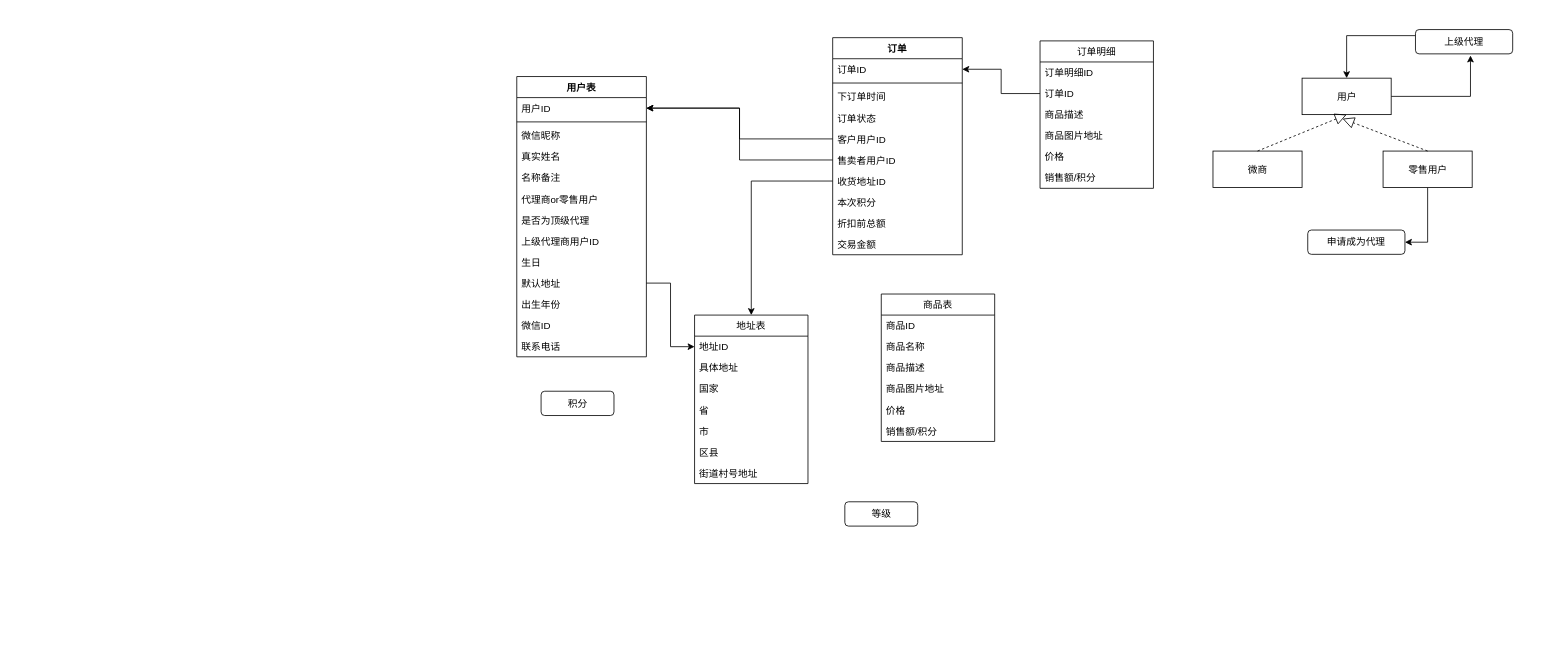
The draw.io diagram 微商销售管理-小程序云.drawio in JefferNew/data2wisdom, before the edit. Source tidied: cells renumbered, new cells numbered last; positions are measured from the earlier drawing's top-left corner, leaving out a move shared by most shapes. Both pictures are drawn from the tidied source at 81%, with x=0, y=0 at pixel (516, 29).
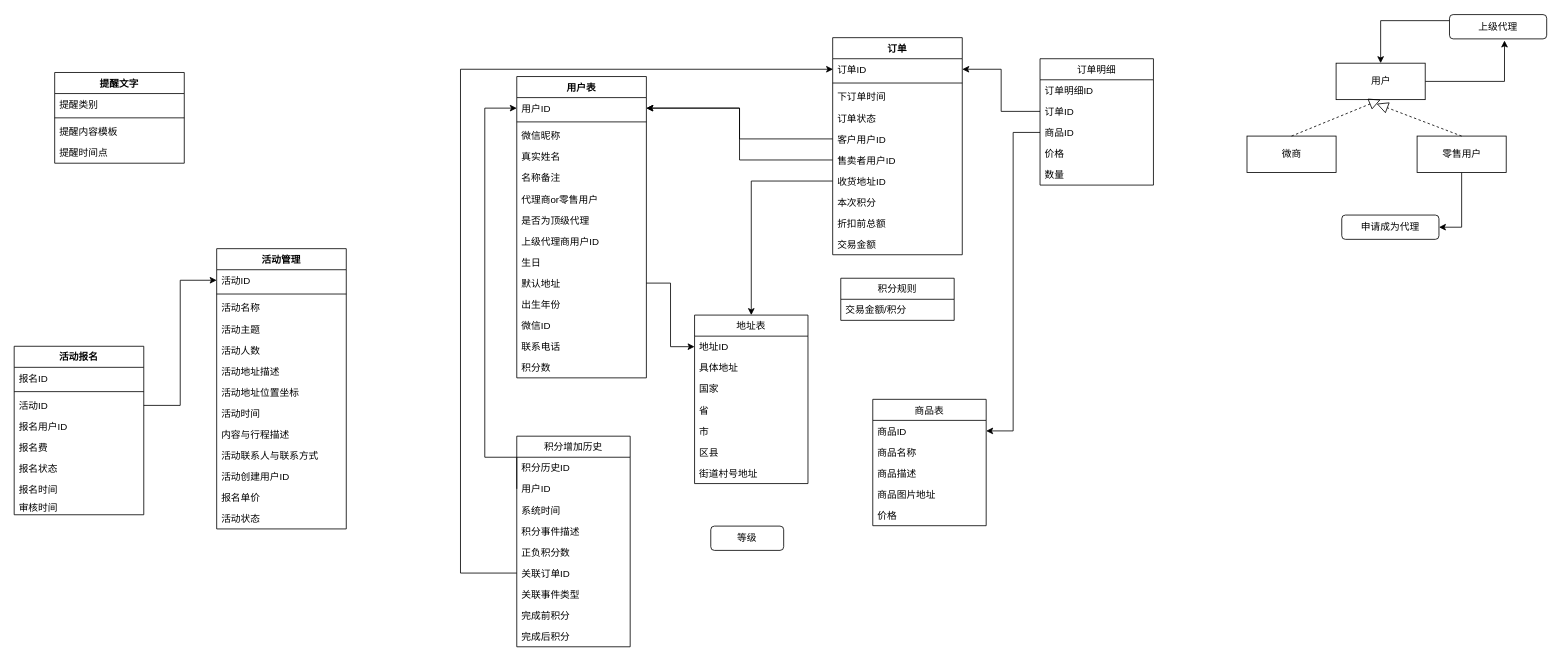
Above is the later version.

Commit message (it also covers changes not shown here):
Update 微商销售管理-小程序云.drawio

The change refers to these unchanged cells:
```xml
<mxCell id="15" value="用户ID" style="text;strokeColor=none;fillColor=none;align=left;verticalAlign=top;spacingLeft=4;spacingRight=4;overflow=hidden;points=[[0,0.5],[1,0.5]];portConstraint=eastwest;" parent="14" vertex="1">
  <mxGeometry y="26" width="160" height="26" as="geometry" />
</mxCell>
<mxCell id="38" value="商品ID" style="text;strokeColor=none;fillColor=none;align=left;verticalAlign=top;spacingLeft=4;spacingRight=4;overflow=hidden;points=[[0,0.5],[1,0.5]];portConstraint=eastwest;" parent="37" vertex="1">
  <mxGeometry y="26" width="140" height="26" as="geometry" />
</mxCell>
```

Diff of the diagram source:
```diff
@@
     <mxCell id="3" value="用户" style="html=1;" parent="1" vertex="1">
-      <mxGeometry x="970" y="60" width="110" height="45" as="geometry" />
+      <mxGeometry x="1012" y="41.5" width="110" height="45" as="geometry" />
     </mxCell>
     <mxCell id="4" value="微商" style="html=1;" parent="1" vertex="1">
-      <mxGeometry x="860" y="150" width="110" height="45" as="geometry" />
+      <mxGeometry x="902" y="131.5" width="110" height="45" as="geometry" />
     </mxCell>
@@
     <mxCell id="6" value="零售用户" style="html=1;" parent="1" vertex="1">
-      <mxGeometry x="1070" y="150" width="110" height="45" as="geometry" />
+      <mxGeometry x="1112" y="131.5" width="110" height="45" as="geometry" />
     </mxCell>
@@
     <mxCell id="8" value="上级代理" style="rounded=1;whiteSpace=wrap;html=1;" parent="1" vertex="1">
-      <mxGeometry x="1110" width="120" height="30" as="geometry" />
+      <mxGeometry x="1152" y="-18.5" width="120" height="30" as="geometry" />
     </mxCell>
@@
     <mxCell id="10" style="endArrow=block;dashed=1;endFill=0;endSize=12;html=1;exitX=0.5;exitY=0;exitDx=0;exitDy=0;" parent="1" edge="1" source="6">
       <mxGeometry relative="1" as="geometry">
-        <mxPoint x="1020" y="110" as="targetPoint" />
+        <mxPoint x="1062" y="91.5" as="targetPoint" />
       </mxGeometry>
     </mxCell>
-    <mxCell id="11" value="积分" style="rounded=1;whiteSpace=wrap;html=1;" parent="1" vertex="1">
-      <mxGeometry x="30.5" y="446.5" width="90" height="30" as="geometry" />
-    </mxCell>
     <mxCell id="12" value="等级" style="rounded=1;whiteSpace=wrap;html=1;" parent="1" vertex="1">
-      <mxGeometry x="405.5" y="583" width="90" height="30" as="geometry" />
+      <mxGeometry x="240" y="613" width="90" height="30" as="geometry" />
     </mxCell>
     <mxCell id="13" value="申请成为代理" style="rounded=1;whiteSpace=wrap;html=1;" parent="1" vertex="1">
-      <mxGeometry x="977" y="247.5" width="120" height="30" as="geometry" />
+      <mxGeometry x="1019" y="229" width="120" height="30" as="geometry" />
     </mxCell>
     <mxCell id="14" value="用户表" style="swimlane;fontStyle=1;align=center;verticalAlign=top;horizontal=1;startSize=26;" parent="1" vertex="1">
-      <mxGeometry x="0.5" y="58" width="160" height="346" as="geometry" />
+      <mxGeometry x="0.5" y="58" width="160" height="372" as="geometry" />
     </mxCell>
@@
+    <mxCell id="66" value="积分数" style="text;strokeColor=none;fillColor=none;align=left;verticalAlign=top;spacingLeft=4;spacingRight=4;overflow=hidden;" parent="14" vertex="1">
+      <mxGeometry y="346" width="160" height="26" as="geometry" />
+    </mxCell>
@@
     <mxCell id="37" value="商品表" style="swimlane;fontStyle=0;horizontal=1;startSize=26;fillColor=none;" parent="1" vertex="1">
-      <mxGeometry x="450.5" y="326.5" width="140" height="182" as="geometry" />
+      <mxGeometry x="440" y="456.5" width="140" height="156" as="geometry" />
     </mxCell>
@@
-    <mxCell id="43" value="销售额/积分" style="text;strokeColor=none;fillColor=none;align=left;verticalAlign=top;spacingLeft=4;spacingRight=4;overflow=hidden;" parent="37" vertex="1">
-      <mxGeometry y="156" width="140" height="26" as="geometry" />
-    </mxCell>
@@
     <mxCell id="57" value="订单明细" style="swimlane;fontStyle=0;horizontal=1;startSize=26;fillColor=none;" parent="1" vertex="1">
-      <mxGeometry x="646.5" y="14" width="140" height="182" as="geometry" />
+      <mxGeometry x="646.5" y="36" width="140" height="156" as="geometry" />
     </mxCell>
@@
-    <mxCell id="60" value="商品描述" style="text;strokeColor=none;fillColor=none;align=left;verticalAlign=top;spacingLeft=4;spacingRight=4;overflow=hidden;points=[[0,0.5],[1,0.5]];portConstraint=eastwest;" parent="57" vertex="1">
+    <mxCell id="60" value="商品ID" style="text;strokeColor=none;fillColor=none;align=left;verticalAlign=top;spacingLeft=4;spacingRight=4;overflow=hidden;points=[[0,0.5],[1,0.5]];portConstraint=eastwest;" parent="57" vertex="1">
       <mxGeometry y="78" width="140" height="26" as="geometry" />
     </mxCell>
-    <mxCell id="61" value="商品图片地址" style="text;strokeColor=none;fillColor=none;align=left;verticalAlign=top;spacingLeft=4;spacingRight=4;overflow=hidden;" parent="57" vertex="1">
-      <mxGeometry y="104" width="140" height="26" as="geometry" />
-    </mxCell>
     <mxCell id="62" value="价格" style="text;strokeColor=none;fillColor=none;align=left;verticalAlign=top;spacingLeft=4;spacingRight=4;overflow=hidden;" parent="57" vertex="1">
-      <mxGeometry y="130" width="140" height="26" as="geometry" />
+      <mxGeometry y="104" width="140" height="26" as="geometry" />
     </mxCell>
-    <mxCell id="63" value="销售额/积分" style="text;strokeColor=none;fillColor=none;align=left;verticalAlign=top;spacingLeft=4;spacingRight=4;overflow=hidden;" parent="57" vertex="1">
-      <mxGeometry y="156" width="140" height="26" as="geometry" />
-    </mxCell>
+    <mxCell id="67" value="数量" style="text;strokeColor=none;fillColor=none;align=left;verticalAlign=top;spacingLeft=4;spacingRight=4;overflow=hidden;" parent="57" vertex="1">
+      <mxGeometry y="130" width="140" height="26" as="geometry" />
+    </mxCell>
@@
+    <mxCell id="68" value="积分规则" style="swimlane;fontStyle=0;horizontal=1;startSize=26;fillColor=none;" parent="1" vertex="1">
+      <mxGeometry x="400.5" y="307" width="140" height="52" as="geometry" />
+    </mxCell>
+    <mxCell id="69" value="交易金额/积分" style="text;strokeColor=none;fillColor=none;align=left;verticalAlign=top;spacingLeft=4;spacingRight=4;overflow=hidden;" parent="68" vertex="1">
+      <mxGeometry y="26" width="140" height="26" as="geometry" />
+    </mxCell>
+    <mxCell id="70" value="积分增加历史" style="swimlane;fontStyle=0;horizontal=1;startSize=26;fillColor=none;" parent="1" vertex="1">
+      <mxGeometry x="0.5" y="502" width="140" height="260" as="geometry" />
+    </mxCell>
+    <mxCell id="71" value="积分历史ID" style="text;strokeColor=none;fillColor=none;align=left;verticalAlign=top;spacingLeft=4;spacingRight=4;overflow=hidden;" parent="70" vertex="1">
+      <mxGeometry y="26" width="140" height="26" as="geometry" />
+    </mxCell>
+    <mxCell id="72" value="用户ID" style="text;strokeColor=none;fillColor=none;align=left;verticalAlign=top;spacingLeft=4;spacingRight=4;overflow=hidden;points=[[0,0.5],[1,0.5]];portConstraint=eastwest;" parent="70" vertex="1">
+      <mxGeometry y="52" width="140" height="26" as="geometry" />
+    </mxCell>
+    <mxCell id="73" value="系统时间" style="text;strokeColor=none;fillColor=none;align=left;verticalAlign=top;spacingLeft=4;spacingRight=4;overflow=hidden;" parent="70" vertex="1">
+      <mxGeometry y="78" width="140" height="26" as="geometry" />
+    </mxCell>
+    <mxCell id="74" value="积分事件描述" style="text;strokeColor=none;fillColor=none;align=left;verticalAlign=top;spacingLeft=4;spacingRight=4;overflow=hidden;" parent="70" vertex="1">
+      <mxGeometry y="104" width="140" height="26" as="geometry" />
+    </mxCell>
+    <mxCell id="75" value="正负积分数" style="text;strokeColor=none;fillColor=none;align=left;verticalAlign=top;spacingLeft=4;spacingRight=4;overflow=hidden;" parent="70" vertex="1">
+      <mxGeometry y="130" width="140" height="26" as="geometry" />
+    </mxCell>
+    <mxCell id="76" value="关联订单ID" style="text;strokeColor=none;fillColor=none;align=left;verticalAlign=top;spacingLeft=4;spacingRight=4;overflow=hidden;points=[[0,0.5],[1,0.5]];portConstraint=eastwest;" parent="70" vertex="1">
+      <mxGeometry y="156" width="140" height="26" as="geometry" />
+    </mxCell>
+    <mxCell id="77" value="关联事件类型" style="text;strokeColor=none;fillColor=none;align=left;verticalAlign=top;spacingLeft=4;spacingRight=4;overflow=hidden;" parent="70" vertex="1">
+      <mxGeometry y="182" width="140" height="26" as="geometry" />
+    </mxCell>
+    <mxCell id="78" value="完成前积分" style="text;strokeColor=none;fillColor=none;align=left;verticalAlign=top;spacingLeft=4;spacingRight=4;overflow=hidden;" parent="70" vertex="1">
+      <mxGeometry y="208" width="140" height="26" as="geometry" />
+    </mxCell>
+    <mxCell id="79" value="完成后积分" style="text;strokeColor=none;fillColor=none;align=left;verticalAlign=top;spacingLeft=4;spacingRight=4;overflow=hidden;" parent="70" vertex="1">
+      <mxGeometry y="234" width="140" height="26" as="geometry" />
+    </mxCell>
+    <mxCell id="80" style="edgeStyle=orthogonalEdgeStyle;rounded=0;jettySize=auto;html=1;exitX=0;exitY=0.5;exitDx=0;exitDy=0;entryX=0;entryY=0.5;entryDx=0;entryDy=0;" parent="1" edge="1" source="72" target="15">
+      <mxGeometry relative="1" as="geometry">
+        <Array as="points">
+          <mxPoint x="-39" y="528" />
+          <mxPoint x="-39" y="97" />
+        </Array>
+      </mxGeometry>
+    </mxCell>
+    <mxCell id="81" style="edgeStyle=orthogonalEdgeStyle;rounded=0;jettySize=auto;html=1;exitX=0;exitY=0.5;exitDx=0;exitDy=0;" parent="1" edge="1" source="76">
+      <mxGeometry relative="1" as="geometry">
+        <mxPoint x="391" y="49" as="targetPoint" />
+        <Array as="points">
+          <mxPoint x="-69" y="671" />
+          <mxPoint x="-69" y="49" />
+        </Array>
+      </mxGeometry>
+    </mxCell>
+    <mxCell id="82" style="edgeStyle=orthogonalEdgeStyle;rounded=0;jettySize=auto;html=1;exitX=0;exitY=0.5;exitDx=0;exitDy=0;entryX=1;entryY=0.5;entryDx=0;entryDy=0;" parent="1" edge="1" source="60" target="38">
+      <mxGeometry relative="1" as="geometry" />
+    </mxCell>
+    <mxCell id="83" value="活动管理" style="swimlane;fontStyle=1;align=center;verticalAlign=top;horizontal=1;startSize=26;" parent="1" vertex="1">
+      <mxGeometry x="-370" y="270.5" width="160" height="346" as="geometry" />
+    </mxCell>
+    <mxCell id="84" value="活动ID" style="text;strokeColor=none;fillColor=none;align=left;verticalAlign=top;spacingLeft=4;spacingRight=4;overflow=hidden;points=[[0,0.5],[1,0.5]];portConstraint=eastwest;" parent="83" vertex="1">
+      <mxGeometry y="26" width="160" height="26" as="geometry" />
+    </mxCell>
+    <mxCell id="85" style="line;strokeWidth=1;fillColor=none;align=left;verticalAlign=middle;spacingTop=-1;spacingLeft=3;spacingRight=3;labelPosition=right;" parent="83" vertex="1">
+      <mxGeometry y="52" width="160" height="8" as="geometry" />
+    </mxCell>
+    <mxCell id="86" value="活动名称" style="text;strokeColor=none;fillColor=none;align=left;verticalAlign=top;spacingLeft=4;spacingRight=4;overflow=hidden;" parent="83" vertex="1">
+      <mxGeometry y="60" width="160" height="26" as="geometry" />
+    </mxCell>
+    <mxCell id="87" value="活动主题" style="text;strokeColor=none;fillColor=none;align=left;verticalAlign=top;spacingLeft=4;spacingRight=4;overflow=hidden;" parent="83" vertex="1">
+      <mxGeometry y="86" width="160" height="26" as="geometry" />
+    </mxCell>
+    <mxCell id="88" value="活动人数" style="text;strokeColor=none;fillColor=none;align=left;verticalAlign=top;spacingLeft=4;spacingRight=4;overflow=hidden;" parent="83" vertex="1">
+      <mxGeometry y="112" width="160" height="26" as="geometry" />
+    </mxCell>
+    <mxCell id="89" value="活动地址描述" style="text;strokeColor=none;fillColor=none;align=left;verticalAlign=top;spacingLeft=4;spacingRight=4;overflow=hidden;" parent="83" vertex="1">
+      <mxGeometry y="138" width="160" height="26" as="geometry" />
+    </mxCell>
+    <mxCell id="90" value="活动地址位置坐标" style="text;strokeColor=none;fillColor=none;align=left;verticalAlign=top;spacingLeft=4;spacingRight=4;overflow=hidden;" parent="83" vertex="1">
+      <mxGeometry y="164" width="160" height="26" as="geometry" />
+    </mxCell>
+    <mxCell id="91" value="活动时间" style="text;strokeColor=none;fillColor=none;align=left;verticalAlign=top;spacingLeft=4;spacingRight=4;overflow=hidden;" parent="83" vertex="1">
+      <mxGeometry y="190" width="160" height="26" as="geometry" />
+    </mxCell>
+    <mxCell id="92" value="内容与行程描述" style="text;strokeColor=none;fillColor=none;align=left;verticalAlign=top;spacingLeft=4;spacingRight=4;overflow=hidden;" parent="83" vertex="1">
+      <mxGeometry y="216" width="160" height="26" as="geometry" />
+    </mxCell>
+    <mxCell id="93" value="活动联系人与联系方式" style="text;strokeColor=none;fillColor=none;align=left;verticalAlign=top;spacingLeft=4;spacingRight=4;overflow=hidden;" parent="83" vertex="1">
+      <mxGeometry y="242" width="160" height="26" as="geometry" />
+    </mxCell>
+    <mxCell id="94" value="活动创建用户ID" style="text;strokeColor=none;fillColor=none;align=left;verticalAlign=top;spacingLeft=4;spacingRight=4;overflow=hidden;" parent="83" vertex="1">
+      <mxGeometry y="268" width="160" height="26" as="geometry" />
+    </mxCell>
+    <mxCell id="95" value="报名单价" style="text;strokeColor=none;fillColor=none;align=left;verticalAlign=top;spacingLeft=4;spacingRight=4;overflow=hidden;" parent="83" vertex="1">
+      <mxGeometry y="294" width="160" height="26" as="geometry" />
+    </mxCell>
+    <mxCell id="96" value="活动状态" style="text;strokeColor=none;fillColor=none;align=left;verticalAlign=top;spacingLeft=4;spacingRight=4;overflow=hidden;" parent="83" vertex="1">
+      <mxGeometry y="320" width="160" height="26" as="geometry" />
+    </mxCell>
+    <mxCell id="97" value="活动报名" style="swimlane;fontStyle=1;align=center;verticalAlign=top;horizontal=1;startSize=26;" parent="1" vertex="1">
+      <mxGeometry x="-620" y="391" width="160" height="208" as="geometry" />
+    </mxCell>
+    <mxCell id="98" value="报名ID" style="text;strokeColor=none;fillColor=none;align=left;verticalAlign=top;spacingLeft=4;spacingRight=4;overflow=hidden;" parent="97" vertex="1">
+      <mxGeometry y="26" width="160" height="26" as="geometry" />
+    </mxCell>
+    <mxCell id="99" style="line;strokeWidth=1;fillColor=none;align=left;verticalAlign=middle;spacingTop=-1;spacingLeft=3;spacingRight=3;labelPosition=right;" parent="97" vertex="1">
+      <mxGeometry y="52" width="160" height="8" as="geometry" />
+    </mxCell>
+    <mxCell id="100" value="活动ID" style="text;strokeColor=none;fillColor=none;align=left;verticalAlign=top;spacingLeft=4;spacingRight=4;overflow=hidden;points=[[0,0.5],[1,0.5]];portConstraint=eastwest;" parent="97" vertex="1">
+      <mxGeometry y="60" width="160" height="26" as="geometry" />
+    </mxCell>
+    <mxCell id="101" value="报名用户ID" style="text;strokeColor=none;fillColor=none;align=left;verticalAlign=top;spacingLeft=4;spacingRight=4;overflow=hidden;" parent="97" vertex="1">
+      <mxGeometry y="86" width="160" height="26" as="geometry" />
+    </mxCell>
+    <mxCell id="102" value="报名费" style="text;strokeColor=none;fillColor=none;align=left;verticalAlign=top;spacingLeft=4;spacingRight=4;overflow=hidden;" parent="97" vertex="1">
+      <mxGeometry y="112" width="160" height="26" as="geometry" />
+    </mxCell>
+    <mxCell id="103" value="报名状态" style="text;strokeColor=none;fillColor=none;align=left;verticalAlign=top;spacingLeft=4;spacingRight=4;overflow=hidden;" parent="97" vertex="1">
+      <mxGeometry y="138" width="160" height="26" as="geometry" />
+    </mxCell>
+    <mxCell id="104" value="报名时间" style="text;strokeColor=none;fillColor=none;align=left;verticalAlign=top;spacingLeft=4;spacingRight=4;overflow=hidden;" parent="97" vertex="1">
+      <mxGeometry y="164" width="160" height="22" as="geometry" />
+    </mxCell>
+    <mxCell id="105" value="审核时间" style="text;strokeColor=none;fillColor=none;align=left;verticalAlign=top;spacingLeft=4;spacingRight=4;overflow=hidden;" parent="97" vertex="1">
+      <mxGeometry y="186" width="160" height="22" as="geometry" />
+    </mxCell>
+    <mxCell id="106" style="edgeStyle=orthogonalEdgeStyle;rounded=0;jettySize=auto;html=1;entryX=0;entryY=0.5;entryDx=0;entryDy=0;" parent="1" edge="1" source="100" target="84">
+      <mxGeometry relative="1" as="geometry" />
+    </mxCell>
+    <mxCell id="107" value="提醒文字" style="swimlane;fontStyle=1;align=center;verticalAlign=top;horizontal=1;startSize=26;" parent="1" vertex="1">
+      <mxGeometry x="-570" y="53" width="160" height="112" as="geometry" />
+    </mxCell>
+    <mxCell id="108" value="提醒类别" style="text;strokeColor=none;fillColor=none;align=left;verticalAlign=top;spacingLeft=4;spacingRight=4;overflow=hidden;" parent="107" vertex="1">
+      <mxGeometry y="26" width="160" height="26" as="geometry" />
+    </mxCell>
+    <mxCell id="109" style="line;strokeWidth=1;fillColor=none;align=left;verticalAlign=middle;spacingTop=-1;spacingLeft=3;spacingRight=3;labelPosition=right;" parent="107" vertex="1">
+      <mxGeometry y="52" width="160" height="8" as="geometry" />
+    </mxCell>
+    <mxCell id="110" value="提醒内容模板" style="text;strokeColor=none;fillColor=none;align=left;verticalAlign=top;spacingLeft=4;spacingRight=4;overflow=hidden;" parent="107" vertex="1">
+      <mxGeometry y="60" width="160" height="26" as="geometry" />
+    </mxCell>
+    <mxCell id="111" value="提醒时间点" style="text;strokeColor=none;fillColor=none;align=left;verticalAlign=top;spacingLeft=4;spacingRight=4;overflow=hidden;" parent="107" vertex="1">
+      <mxGeometry y="86" width="160" height="26" as="geometry" />
+    </mxCell>
```
